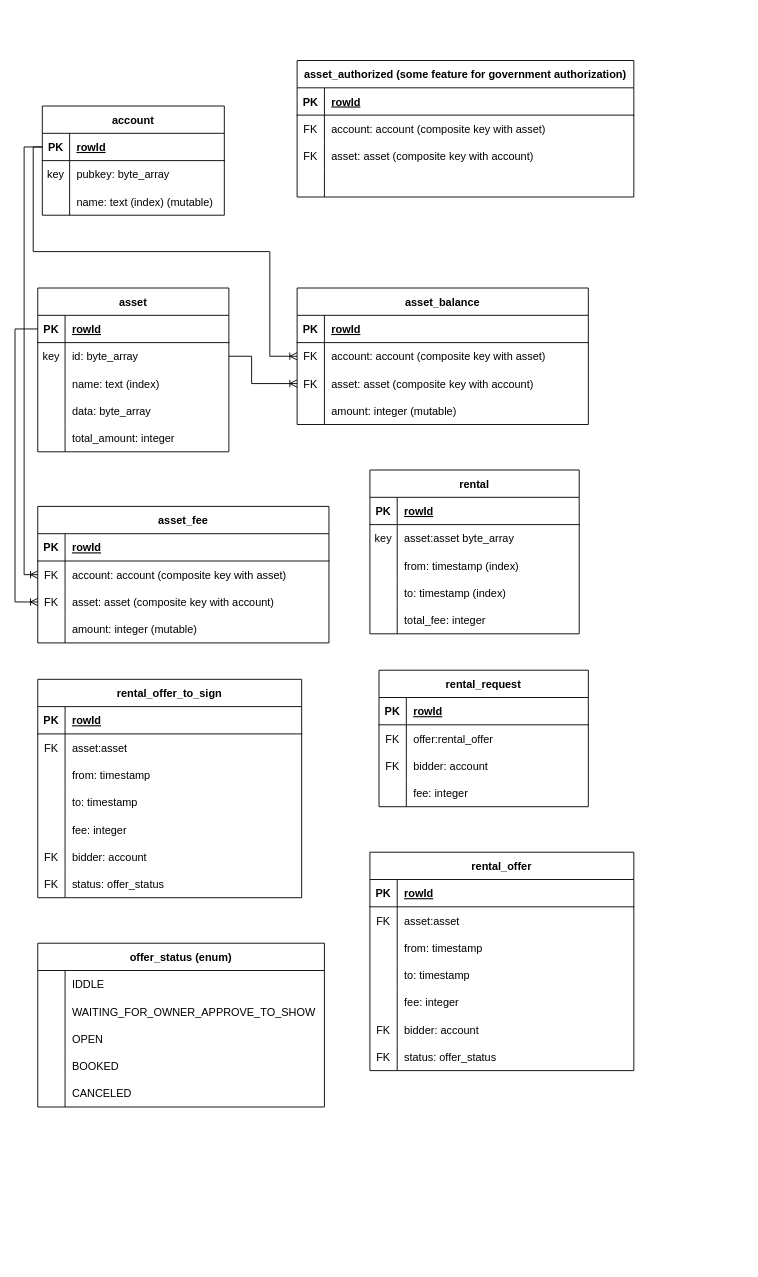
Earlier version of the draw.io diagram schema.drawio (matCzelusniak/chromia-rent). Source tidied: cells renumbered, new cells numbered last; positions are measured from the earlier drawing's top-left corner, leaving out a move shared by most shapes. Both pictures are drawn from the tidied source at 91%, with x=0, y=0 at pixel (15, 60).
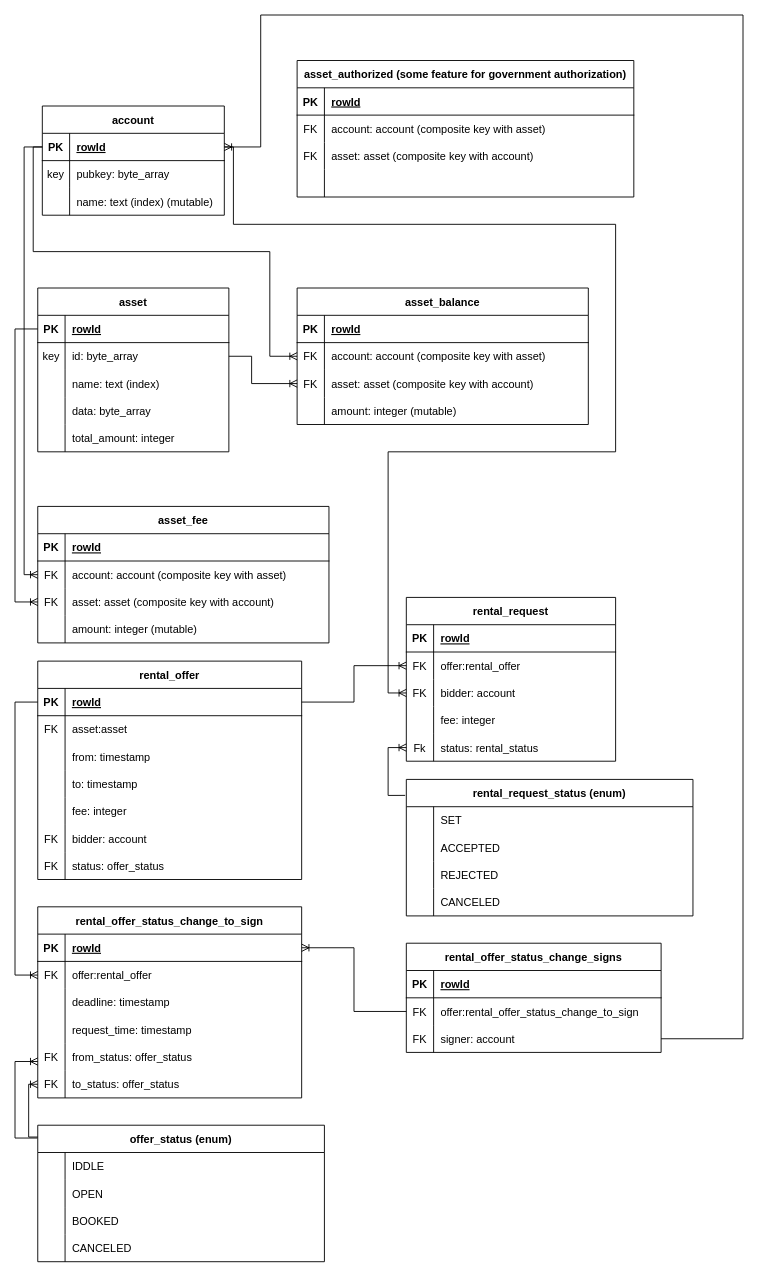
Above is the later version.

Commit message:
update for multi sign schema

Unchanged cells that the change refers to:
```xml
<mxCell id="3" style="shape=tableRow;horizontal=0;startSize=0;swimlaneHead=0;swimlaneBody=0;fillColor=none;points=[[0,0.5],[1,0.5]];portConstraint=eastwest;top=0;left=0;right=0;bottom=1;" parent="2" vertex="1">
  <mxGeometry y="30" width="200" height="30" as="geometry" />
</mxCell>
<mxCell id="88" style="shape=tableRow;horizontal=0;startSize=0;swimlaneHead=0;swimlaneBody=0;fillColor=none;points=[[0,0.5],[1,0.5]];portConstraint=eastwest;top=0;left=0;right=0;bottom=1;" parent="87" vertex="1">
  <mxGeometry y="30" width="290" height="30" as="geometry" />
</mxCell>
<mxCell id="113" style="shape=tableRow;horizontal=0;startSize=0;swimlaneHead=0;swimlaneBody=0;fillColor=none;points=[[0,0.5],[1,0.5]];portConstraint=eastwest;top=0;left=0;right=0;bottom=0;" parent="109" vertex="1">
  <mxGeometry y="60" width="230" height="30" as="geometry" />
</mxCell>
<mxCell id="116" style="shape=tableRow;horizontal=0;startSize=0;swimlaneHead=0;swimlaneBody=0;fillColor=none;points=[[0,0.5],[1,0.5]];portConstraint=eastwest;top=0;left=0;right=0;bottom=0;" parent="109" vertex="1">
  <mxGeometry y="90" width="230" height="30" as="geometry" />
</mxCell>
<mxCell id="139" style="shape=tableRow;horizontal=0;startSize=0;swimlaneHead=0;swimlaneBody=0;fillColor=none;points=[[0,0.5],[1,0.5]];portConstraint=eastwest;top=0;left=0;right=0;bottom=1;" parent="138" vertex="1">
  <mxGeometry y="30" width="290" height="30" as="geometry" />
</mxCell>
<mxCell id="142" style="shape=tableRow;horizontal=0;startSize=0;swimlaneHead=0;swimlaneBody=0;fillColor=none;points=[[0,0.5],[1,0.5]];portConstraint=eastwest;top=0;left=0;right=0;bottom=0;" parent="138" vertex="1">
  <mxGeometry y="60" width="290" height="30" as="geometry" />
</mxCell>
<mxCell id="145" style="shape=tableRow;horizontal=0;startSize=0;swimlaneHead=0;swimlaneBody=0;fillColor=none;top=0;left=0;right=0;bottom=0;" parent="138" vertex="1">
  <mxGeometry y="90" width="290" height="30" as="geometry" />
</mxCell>
<mxCell id="148" style="shape=tableRow;horizontal=0;startSize=0;swimlaneHead=0;swimlaneBody=0;fillColor=none;top=0;left=0;right=0;bottom=0;" parent="138" vertex="1">
  <mxGeometry y="120" width="290" height="30" as="geometry" />
</mxCell>
```

The edit, as a diff of the source:
```diff
@@
-    <mxCell id="71" value="rental" style="shape=table;startSize=30;childLayout=tableLayout;rowLines=0;fontStyle=1;align=center;" parent="1" vertex="1">
-      <mxGeometry x="390" y="450" width="230" height="180" as="geometry" />
-    </mxCell>
-    <mxCell id="72" style="shape=tableRow;horizontal=0;startSize=0;swimlaneHead=0;swimlaneBody=0;fillColor=none;top=0;left=0;right=0;bottom=1;" parent="71" vertex="1">
-      <mxGeometry y="30" width="230" height="30" as="geometry" />
-    </mxCell>
-    <mxCell id="73" value="PK" style="shape=partialRectangle;fillColor=none;top=0;left=0;bottom=0;right=0;fontStyle=1;overflow=hidden;" parent="72" vertex="1">
-      <mxGeometry width="30" height="30" as="geometry" />
-    </mxCell>
-    <mxCell id="74" value="rowId" style="shape=partialRectangle;fillColor=none;top=0;left=0;bottom=0;right=0;align=left;spacingLeft=6;fontStyle=5;overflow=hidden;" parent="72" vertex="1">
-      <mxGeometry x="30" width="200" height="30" as="geometry" />
-    </mxCell>
-    <mxCell id="75" style="shape=tableRow;horizontal=0;startSize=0;swimlaneHead=0;swimlaneBody=0;fillColor=none;top=0;left=0;right=0;bottom=0;" parent="71" vertex="1">
-      <mxGeometry y="60" width="230" height="30" as="geometry" />
-    </mxCell>
-    <mxCell id="76" value="key" style="shape=partialRectangle;fillColor=none;top=0;left=0;bottom=0;right=0;overflow=hidden;" parent="75" vertex="1">
-      <mxGeometry width="30" height="30" as="geometry" />
-    </mxCell>
-    <mxCell id="77" value="asset:asset byte_array" style="shape=partialRectangle;fillColor=none;top=0;left=0;bottom=0;right=0;align=left;spacingLeft=6;overflow=hidden;" parent="75" vertex="1">
-      <mxGeometry x="30" width="200" height="30" as="geometry" />
-    </mxCell>
-    <mxCell id="78" style="shape=tableRow;horizontal=0;startSize=0;swimlaneHead=0;swimlaneBody=0;fillColor=none;top=0;left=0;right=0;bottom=0;" parent="71" vertex="1">
-      <mxGeometry y="90" width="230" height="30" as="geometry" />
-    </mxCell>
-    <mxCell id="79" style="shape=partialRectangle;fillColor=none;top=0;left=0;bottom=0;right=0;overflow=hidden;" parent="78" vertex="1">
-      <mxGeometry width="30" height="30" as="geometry" />
-    </mxCell>
-    <mxCell id="80" value="from: timestamp (index)" style="shape=partialRectangle;fillColor=none;top=0;left=0;bottom=0;right=0;align=left;spacingLeft=6;overflow=hidden;" parent="78" vertex="1">
-      <mxGeometry x="30" width="200" height="30" as="geometry" />
-    </mxCell>
-    <mxCell id="81" style="shape=tableRow;horizontal=0;startSize=0;swimlaneHead=0;swimlaneBody=0;fillColor=none;top=0;left=0;right=0;bottom=0;" parent="71" vertex="1">
-      <mxGeometry y="120" width="230" height="30" as="geometry" />
-    </mxCell>
-    <mxCell id="82" style="shape=partialRectangle;fillColor=none;top=0;left=0;bottom=0;right=0;overflow=hidden;" parent="81" vertex="1">
-      <mxGeometry width="30" height="30" as="geometry" />
-    </mxCell>
-    <mxCell id="83" value="to: timestamp (index)" style="shape=partialRectangle;fillColor=none;top=0;left=0;bottom=0;right=0;align=left;spacingLeft=6;overflow=hidden;" parent="81" vertex="1">
-      <mxGeometry x="30" width="200" height="30" as="geometry" />
-    </mxCell>
-    <mxCell id="84" style="shape=tableRow;horizontal=0;startSize=0;swimlaneHead=0;swimlaneBody=0;fillColor=none;points=[[0,0.5],[1,0.5]];portConstraint=eastwest;top=0;left=0;right=0;bottom=0;" parent="71" vertex="1">
-      <mxGeometry y="150" width="230" height="30" as="geometry" />
-    </mxCell>
-    <mxCell id="85" style="shape=partialRectangle;fillColor=none;top=0;left=0;bottom=0;right=0;overflow=hidden;" parent="84" vertex="1">
-      <mxGeometry width="30" height="30" as="geometry" />
-    </mxCell>
-    <mxCell id="86" value="total_fee: integer" style="shape=partialRectangle;fillColor=none;top=0;left=0;bottom=0;right=0;align=left;spacingLeft=6;overflow=hidden;" parent="84" vertex="1">
-      <mxGeometry x="30" width="200" height="30" as="geometry" />
-    </mxCell>
     <mxCell id="87" value="rental_offer" style="shape=table;startSize=30;childLayout=tableLayout;rowLines=0;fontStyle=1;align=center;" parent="1" vertex="1">
-      <mxGeometry x="390" y="870" width="290" height="240" as="geometry" />
+      <mxGeometry x="25" y="660" width="290" height="240" as="geometry" />
     </mxCell>
@@
     <mxCell id="109" value="rental_request" style="shape=table;startSize=30;childLayout=tableLayout;rowLines=0;fontStyle=1;align=center;" parent="1" vertex="1">
-      <mxGeometry x="400" y="670" width="230" height="150" as="geometry" />
+      <mxGeometry x="430" y="590" width="230" height="180" as="geometry" />
     </mxCell>
@@
+    <mxCell id="84" style="shape=tableRow;horizontal=0;startSize=0;swimlaneHead=0;swimlaneBody=0;fillColor=none;points=[[0,0.5],[1,0.5]];portConstraint=eastwest;top=0;left=0;right=0;bottom=0;" parent="109" vertex="1">
+      <mxGeometry y="150" width="230" height="30" as="geometry" />
+    </mxCell>
+    <mxCell id="160" value="Fk" style="shape=partialRectangle;fillColor=none;top=0;left=0;bottom=0;right=0;overflow=hidden;" parent="84" vertex="1">
+      <mxGeometry width="30" height="30" as="geometry" />
+    </mxCell>
+    <mxCell id="161" value="status: rental_status" style="shape=partialRectangle;fillColor=none;top=0;left=0;bottom=0;right=0;align=left;spacingLeft=6;overflow=hidden;" parent="84" vertex="1">
+      <mxGeometry x="30" width="200" height="30" as="geometry" />
+    </mxCell>
     <mxCell id="122" value="offer_status (enum)" style="shape=table;startSize=30;childLayout=tableLayout;rowLines=0;fontStyle=1;align=center;" parent="1" vertex="1">
-      <mxGeometry x="25" y="970" width="315" height="180" as="geometry" />
+      <mxGeometry x="25" y="1170" width="315" height="150" as="geometry" />
     </mxCell>
@@
-    <mxCell id="126" style="shape=tableRow;horizontal=0;startSize=0;swimlaneHead=0;swimlaneBody=0;fillColor=none;top=0;left=0;right=0;bottom=0;" parent="122" vertex="1">
-      <mxGeometry y="60" width="315" height="30" as="geometry" />
-    </mxCell>
-    <mxCell id="127" style="shape=partialRectangle;fillColor=none;top=0;left=0;bottom=0;right=0;overflow=hidden;" parent="126" vertex="1">
-      <mxGeometry width="30" height="30" as="geometry" />
-    </mxCell>
-    <mxCell id="128" value="WAITING_FOR_OWNER_APPROVE_TO_SHOW" style="shape=partialRectangle;fillColor=none;top=0;left=0;bottom=0;right=0;align=left;spacingLeft=6;overflow=hidden;" parent="126" vertex="1">
-      <mxGeometry x="30" width="285" height="30" as="geometry" />
-    </mxCell>
     <mxCell id="129" style="shape=tableRow;horizontal=0;startSize=0;swimlaneHead=0;swimlaneBody=0;fillColor=none;top=0;left=0;right=0;bottom=0;" parent="122" vertex="1">
-      <mxGeometry y="90" width="315" height="30" as="geometry" />
+      <mxGeometry y="60" width="315" height="30" as="geometry" />
     </mxCell>
@@
     <mxCell id="132" style="shape=tableRow;horizontal=0;startSize=0;swimlaneHead=0;swimlaneBody=0;fillColor=none;top=0;left=0;right=0;bottom=0;" parent="122" vertex="1">
-      <mxGeometry y="120" width="315" height="30" as="geometry" />
+      <mxGeometry y="90" width="315" height="30" as="geometry" />
     </mxCell>
@@
     <mxCell id="135" style="shape=tableRow;horizontal=0;startSize=0;swimlaneHead=0;swimlaneBody=0;fillColor=none;top=0;left=0;right=0;bottom=0;" parent="122" vertex="1">
-      <mxGeometry y="150" width="315" height="30" as="geometry" />
+      <mxGeometry y="120" width="315" height="30" as="geometry" />
     </mxCell>
@@
-    <mxCell id="138" value="rental_offer_to_sign" style="shape=table;startSize=30;childLayout=tableLayout;rowLines=0;fontStyle=1;align=center;" parent="1" vertex="1">
-      <mxGeometry x="25" y="680" width="290" height="240" as="geometry" />
+    <mxCell id="138" value="rental_offer_status_change_to_sign" style="shape=table;startSize=30;childLayout=tableLayout;rowLines=0;fontStyle=1;align=center;" parent="1" vertex="1">
+      <mxGeometry x="25" y="930" width="290" height="210" as="geometry" />
     </mxCell>
@@
-    <mxCell id="144" value="asset:asset" style="shape=partialRectangle;fillColor=none;top=0;left=0;bottom=0;right=0;align=left;spacingLeft=6;overflow=hidden;" parent="142" vertex="1">
+    <mxCell id="144" value="offer:rental_offer" style="shape=partialRectangle;fillColor=none;top=0;left=0;bottom=0;right=0;align=left;spacingLeft=6;overflow=hidden;" parent="142" vertex="1">
       <mxGeometry x="30" width="260" height="30" as="geometry" />
     </mxCell>
@@
-    <mxCell id="147" value="from: timestamp" style="shape=partialRectangle;fillColor=none;top=0;left=0;bottom=0;right=0;align=left;spacingLeft=6;overflow=hidden;" parent="145" vertex="1">
+    <mxCell id="147" value="deadline: timestamp" style="shape=partialRectangle;fillColor=none;top=0;left=0;bottom=0;right=0;align=left;spacingLeft=6;overflow=hidden;" parent="145" vertex="1">
       <mxGeometry x="30" width="260" height="30" as="geometry" />
     </mxCell>
@@
-    <mxCell id="150" value="to: timestamp" style="shape=partialRectangle;fillColor=none;top=0;left=0;bottom=0;right=0;align=left;spacingLeft=6;overflow=hidden;" parent="148" vertex="1">
+    <mxCell id="150" value="request_time: timestamp" style="shape=partialRectangle;fillColor=none;top=0;left=0;bottom=0;right=0;align=left;spacingLeft=6;overflow=hidden;" parent="148" vertex="1">
       <mxGeometry x="30" width="260" height="30" as="geometry" />
     </mxCell>
-    <mxCell id="151" style="shape=tableRow;horizontal=0;startSize=0;swimlaneHead=0;swimlaneBody=0;fillColor=none;top=0;left=0;right=0;bottom=0;" parent="138" vertex="1">
-      <mxGeometry y="150" width="290" height="30" as="geometry" />
-    </mxCell>
-    <mxCell id="152" style="shape=partialRectangle;fillColor=none;top=0;left=0;bottom=0;right=0;overflow=hidden;" parent="151" vertex="1">
-      <mxGeometry width="30" height="30" as="geometry" />
-    </mxCell>
-    <mxCell id="153" value="fee: integer" style="shape=partialRectangle;fillColor=none;top=0;left=0;bottom=0;right=0;align=left;spacingLeft=6;overflow=hidden;" parent="151" vertex="1">
-      <mxGeometry x="30" width="260" height="30" as="geometry" />
-    </mxCell>
     <mxCell id="154" style="shape=tableRow;horizontal=0;startSize=0;swimlaneHead=0;swimlaneBody=0;fillColor=none;top=0;left=0;right=0;bottom=0;" parent="138" vertex="1">
-      <mxGeometry y="180" width="290" height="30" as="geometry" />
+      <mxGeometry y="150" width="290" height="30" as="geometry" />
     </mxCell>
@@
-    <mxCell id="156" value="bidder: account" style="shape=partialRectangle;fillColor=none;top=0;left=0;bottom=0;right=0;align=left;spacingLeft=6;overflow=hidden;" parent="154" vertex="1">
+    <mxCell id="156" value="from_status: offer_status" style="shape=partialRectangle;fillColor=none;top=0;left=0;bottom=0;right=0;align=left;spacingLeft=6;overflow=hidden;" parent="154" vertex="1">
       <mxGeometry x="30" width="260" height="30" as="geometry" />
     </mxCell>
     <mxCell id="157" style="shape=tableRow;horizontal=0;startSize=0;swimlaneHead=0;swimlaneBody=0;fillColor=none;points=[[0,0.5],[1,0.5]];portConstraint=eastwest;top=0;left=0;right=0;bottom=0;" parent="138" vertex="1">
-      <mxGeometry y="210" width="290" height="30" as="geometry" />
+      <mxGeometry y="180" width="290" height="30" as="geometry" />
     </mxCell>
@@
-    <mxCell id="159" value="status: offer_status" style="shape=partialRectangle;fillColor=none;top=0;left=0;bottom=0;right=0;align=left;spacingLeft=6;overflow=hidden;" parent="157" vertex="1">
+    <mxCell id="159" value="to_status: offer_status" style="shape=partialRectangle;fillColor=none;top=0;left=0;bottom=0;right=0;align=left;spacingLeft=6;overflow=hidden;" parent="157" vertex="1">
       <mxGeometry x="30" width="260" height="30" as="geometry" />
     </mxCell>
+    <mxCell id="162" value="rental_offer_status_change_signs" style="shape=table;startSize=30;childLayout=tableLayout;rowLines=0;fontStyle=1;align=center;" parent="1" vertex="1">
+      <mxGeometry x="430" y="970" width="280" height="120" as="geometry" />
+    </mxCell>
+    <mxCell id="163" style="shape=tableRow;horizontal=0;startSize=0;swimlaneHead=0;swimlaneBody=0;fillColor=none;top=0;left=0;right=0;bottom=1;" parent="162" vertex="1">
+      <mxGeometry y="30" width="280" height="30" as="geometry" />
+    </mxCell>
+    <mxCell id="73" value="PK" style="shape=partialRectangle;fillColor=none;top=0;left=0;bottom=0;right=0;fontStyle=1;overflow=hidden;" parent="163" vertex="1">
+      <mxGeometry width="30" height="30" as="geometry" />
+    </mxCell>
+    <mxCell id="74" value="rowId" style="shape=partialRectangle;fillColor=none;top=0;left=0;bottom=0;right=0;align=left;spacingLeft=6;fontStyle=5;overflow=hidden;" parent="163" vertex="1">
+      <mxGeometry x="30" width="250" height="30" as="geometry" />
+    </mxCell>
+    <mxCell id="164" style="shape=tableRow;horizontal=0;startSize=0;swimlaneHead=0;swimlaneBody=0;fillColor=none;points=[[0,0.5],[1,0.5]];portConstraint=eastwest;top=0;left=0;right=0;bottom=0;" parent="162" vertex="1">
+      <mxGeometry y="60" width="280" height="30" as="geometry" />
+    </mxCell>
+    <mxCell id="165" value="FK" style="shape=partialRectangle;fillColor=none;top=0;left=0;bottom=0;right=0;overflow=hidden;" parent="164" vertex="1">
+      <mxGeometry width="30" height="30" as="geometry" />
+    </mxCell>
+    <mxCell id="166" value="offer:rental_offer_status_change_to_sign" style="shape=partialRectangle;fillColor=none;top=0;left=0;bottom=0;right=0;align=left;spacingLeft=6;overflow=hidden;" parent="164" vertex="1">
+      <mxGeometry x="30" width="250" height="30" as="geometry" />
+    </mxCell>
+    <mxCell id="167" style="shape=tableRow;horizontal=0;startSize=0;swimlaneHead=0;swimlaneBody=0;fillColor=none;points=[[0,0.5],[1,0.5]];portConstraint=eastwest;top=0;left=0;right=0;bottom=0;" parent="162" vertex="1">
+      <mxGeometry y="90" width="280" height="30" as="geometry" />
+    </mxCell>
+    <mxCell id="168" value="FK" style="shape=partialRectangle;fillColor=none;top=0;left=0;bottom=0;right=0;overflow=hidden;" parent="167" vertex="1">
+      <mxGeometry width="30" height="30" as="geometry" />
+    </mxCell>
+    <mxCell id="169" value="signer: account" style="shape=partialRectangle;fillColor=none;top=0;left=0;bottom=0;right=0;align=left;spacingLeft=6;overflow=hidden;" parent="167" vertex="1">
+      <mxGeometry x="30" width="250" height="30" as="geometry" />
+    </mxCell>
+    <mxCell id="170" value="rental_request_status (enum)" style="shape=table;startSize=30;childLayout=tableLayout;rowLines=0;fontStyle=1;align=center;" parent="1" vertex="1">
+      <mxGeometry x="430" y="790" width="315" height="150" as="geometry" />
+    </mxCell>
+    <mxCell id="171" style="shape=tableRow;horizontal=0;startSize=0;swimlaneHead=0;swimlaneBody=0;fillColor=none;top=0;left=0;right=0;bottom=0;" parent="170" vertex="1">
+      <mxGeometry y="30" width="315" height="30" as="geometry" />
+    </mxCell>
+    <mxCell id="172" style="shape=partialRectangle;fillColor=none;top=0;left=0;bottom=0;right=0;overflow=hidden;" parent="171" vertex="1">
+      <mxGeometry width="30" height="30" as="geometry" />
+    </mxCell>
+    <mxCell id="173" value="SET" style="shape=partialRectangle;fillColor=none;top=0;left=0;bottom=0;right=0;align=left;spacingLeft=6;overflow=hidden;" parent="171" vertex="1">
+      <mxGeometry x="30" width="285" height="30" as="geometry" />
+    </mxCell>
+    <mxCell id="126" style="shape=tableRow;horizontal=0;startSize=0;swimlaneHead=0;swimlaneBody=0;fillColor=none;top=0;left=0;right=0;bottom=0;" parent="170" vertex="1">
+      <mxGeometry y="60" width="315" height="30" as="geometry" />
+    </mxCell>
+    <mxCell id="174" style="shape=partialRectangle;fillColor=none;top=0;left=0;bottom=0;right=0;overflow=hidden;" parent="126" vertex="1">
+      <mxGeometry width="30" height="30" as="geometry" />
+    </mxCell>
+    <mxCell id="175" value="ACCEPTED" style="shape=partialRectangle;fillColor=none;top=0;left=0;bottom=0;right=0;align=left;spacingLeft=6;overflow=hidden;" parent="126" vertex="1">
+      <mxGeometry x="30" width="285" height="30" as="geometry" />
+    </mxCell>
+    <mxCell id="176" style="shape=tableRow;horizontal=0;startSize=0;swimlaneHead=0;swimlaneBody=0;fillColor=none;top=0;left=0;right=0;bottom=0;" parent="170" vertex="1">
+      <mxGeometry y="90" width="315" height="30" as="geometry" />
+    </mxCell>
+    <mxCell id="177" style="shape=partialRectangle;fillColor=none;top=0;left=0;bottom=0;right=0;overflow=hidden;" parent="176" vertex="1">
+      <mxGeometry width="30" height="30" as="geometry" />
+    </mxCell>
+    <mxCell id="178" value="REJECTED" style="shape=partialRectangle;fillColor=none;top=0;left=0;bottom=0;right=0;align=left;spacingLeft=6;overflow=hidden;" parent="176" vertex="1">
+      <mxGeometry x="30" width="285" height="30" as="geometry" />
+    </mxCell>
+    <mxCell id="179" style="shape=tableRow;horizontal=0;startSize=0;swimlaneHead=0;swimlaneBody=0;fillColor=none;top=0;left=0;right=0;bottom=0;" parent="170" vertex="1">
+      <mxGeometry y="120" width="315" height="30" as="geometry" />
+    </mxCell>
+    <mxCell id="180" style="shape=partialRectangle;fillColor=none;top=0;left=0;bottom=0;right=0;overflow=hidden;" parent="179" vertex="1">
+      <mxGeometry width="30" height="30" as="geometry" />
+    </mxCell>
+    <mxCell id="181" value="CANCELED" style="shape=partialRectangle;fillColor=none;top=0;left=0;bottom=0;right=0;align=left;spacingLeft=6;overflow=hidden;" parent="179" vertex="1">
+      <mxGeometry x="30" width="285" height="30" as="geometry" />
+    </mxCell>
+    <mxCell id="182" style="edgeStyle=orthogonalEdgeStyle;fontSize=12;html=1;endArrow=ERoneToMany;rounded=0;entryX=0;entryY=0.5;entryDx=0;entryDy=0;exitX=1;exitY=0.5;exitDx=0;exitDy=0;" parent="1" edge="1" source="88" target="113">
+      <mxGeometry relative="1" as="geometry" />
+    </mxCell>
+    <mxCell id="183" style="edgeStyle=orthogonalEdgeStyle;fontSize=12;html=1;endArrow=ERoneToMany;rounded=0;exitX=-0.004;exitY=0.117;exitDx=0;exitDy=0;exitPerimeter=0;entryX=0;entryY=0.5;entryDx=0;entryDy=0;" parent="1" edge="1" source="170" target="84">
+      <mxGeometry relative="1" as="geometry">
+        <Array as="points">
+          <mxPoint x="410" y="808" />
+          <mxPoint x="410" y="755" />
+        </Array>
+      </mxGeometry>
+    </mxCell>
+    <mxCell id="184" style="edgeStyle=orthogonalEdgeStyle;fontSize=12;html=1;endArrow=ERoneToMany;rounded=0;exitX=1;exitY=0.5;exitDx=0;exitDy=0;entryX=0;entryY=0.5;entryDx=0;entryDy=0;" parent="1" edge="1" source="3" target="116">
+      <mxGeometry relative="1" as="geometry">
+        <Array as="points">
+          <mxPoint x="240" y="95" />
+          <mxPoint x="240" y="180" />
+          <mxPoint x="660" y="180" />
+          <mxPoint x="660" y="430" />
+          <mxPoint x="410" y="430" />
+          <mxPoint x="410" y="695" />
+        </Array>
+      </mxGeometry>
+    </mxCell>
+    <mxCell id="185" style="edgeStyle=orthogonalEdgeStyle;fontSize=12;html=1;endArrow=ERoneToMany;rounded=0;exitX=0;exitY=0.5;exitDx=0;exitDy=0;entryX=0;entryY=0.5;entryDx=0;entryDy=0;" parent="1" edge="1" source="88" target="142">
+      <mxGeometry relative="1" as="geometry">
+        <Array as="points">
+          <mxPoint y="705" />
+          <mxPoint y="1005" />
+        </Array>
+      </mxGeometry>
+    </mxCell>
+    <mxCell id="186" style="edgeStyle=orthogonalEdgeStyle;fontSize=12;html=1;endArrow=ERoneToMany;rounded=0;exitX=-0.001;exitY=0.094;exitDx=0;exitDy=0;exitPerimeter=0;" parent="1" edge="1" source="122">
+      <mxGeometry relative="1" as="geometry">
+        <mxPoint x="25" y="1100" as="targetPoint" />
+        <Array as="points">
+          <mxPoint y="1184" />
+          <mxPoint y="1100" />
+        </Array>
+      </mxGeometry>
+    </mxCell>
+    <mxCell id="187" style="edgeStyle=orthogonalEdgeStyle;fontSize=12;html=1;endArrow=ERoneToMany;rounded=0;entryX=0;entryY=0.5;entryDx=0;entryDy=0;" parent="1" edge="1" target="157">
+      <mxGeometry relative="1" as="geometry">
+        <mxPoint x="25" y="1183" as="sourcePoint" />
+        <Array as="points">
+          <mxPoint x="15" y="1183" />
+          <mxPoint x="15" y="1125" />
+        </Array>
+      </mxGeometry>
+    </mxCell>
+    <mxCell id="188" style="edgeStyle=orthogonalEdgeStyle;fontSize=12;html=1;endArrow=ERoneToMany;rounded=0;exitX=0;exitY=0.5;exitDx=0;exitDy=0;entryX=1;entryY=0.5;entryDx=0;entryDy=0;" parent="1" edge="1" source="164" target="139">
+      <mxGeometry relative="1" as="geometry" />
+    </mxCell>
+    <mxCell id="189" style="edgeStyle=orthogonalEdgeStyle;fontSize=12;html=1;endArrow=ERoneToMany;rounded=0;exitX=1;exitY=0.5;exitDx=0;exitDy=0;entryX=1;entryY=0.5;entryDx=0;entryDy=0;" parent="1" edge="1" source="167" target="3">
+      <mxGeometry relative="1" as="geometry">
+        <Array as="points">
+          <mxPoint x="800" y="1075" />
+          <mxPoint x="800" y="-50" />
+          <mxPoint x="270" y="-50" />
+          <mxPoint x="270" y="95" />
+        </Array>
+      </mxGeometry>
+    </mxCell>
```
